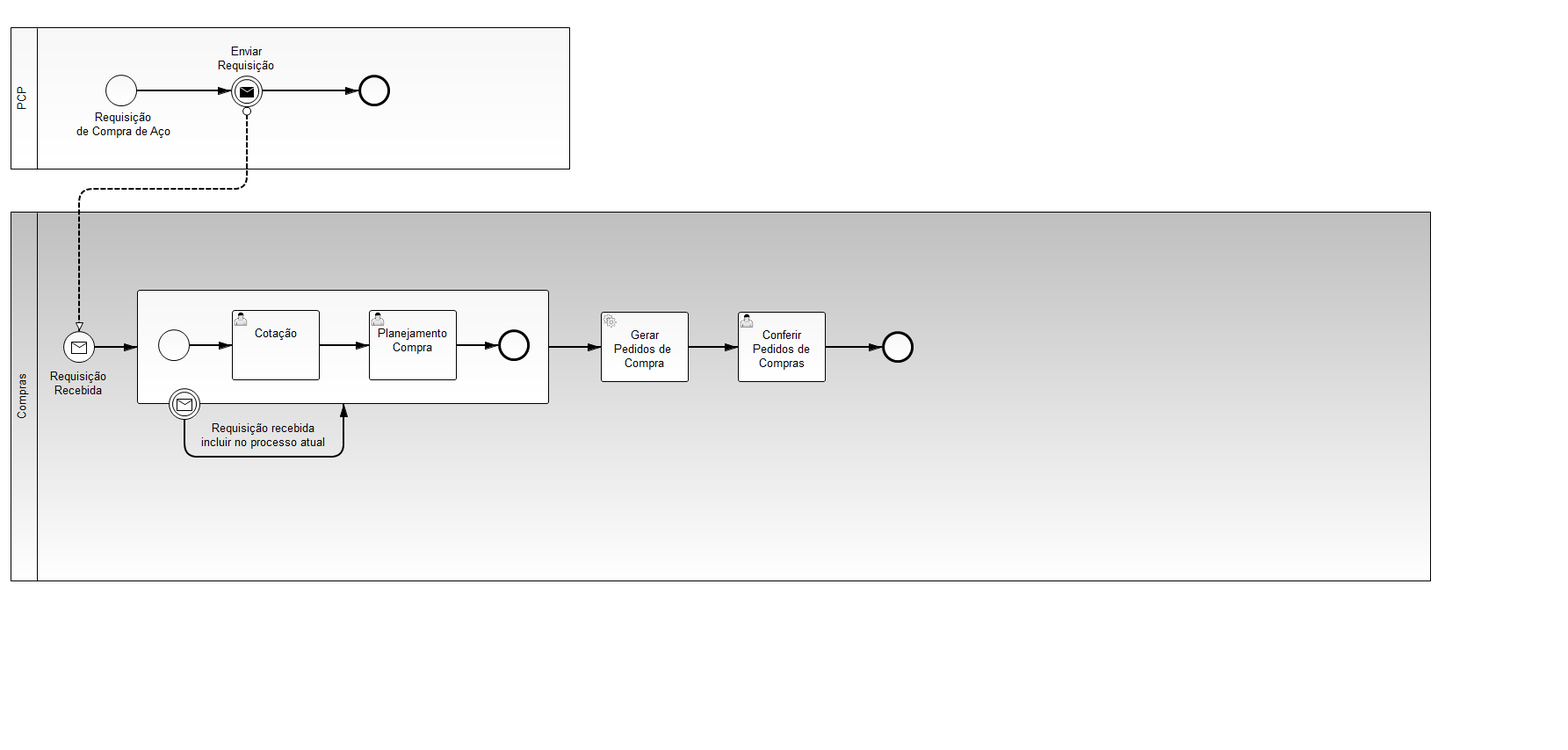
Before: bpm/purchase/request/steel/src/main/resources/process.png, a diagram exported from BPMN (altamira/altamira-data-backward). Its source is kept beside it as bpm/purchase/request/steel/src/main/resources/process.bpmn. Ids are renumbered.
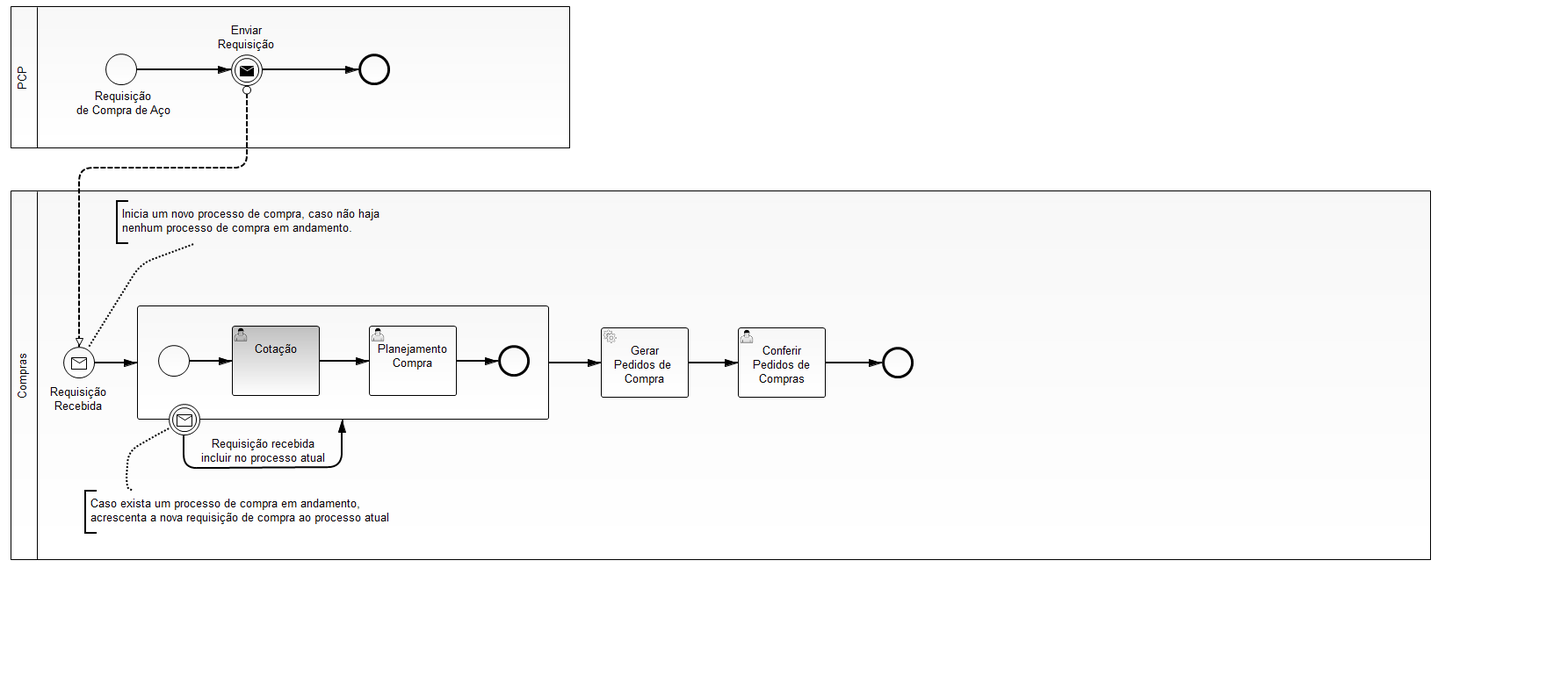
Later version of the same file.

Commit message:
add request entity & service prototypes, minnor changes in process diagram

Diff of the diagram source:
```diff
@@ -23,6 +23,10 @@
     </bpmn2:endEvent>
     <bpmn2:sequenceFlow id="SequenceFlow_16" name="" sourceRef="SendRequestIntermediateThrowEvent" targetRef="RequestMessageEndEvent"/>
     <bpmn2:sequenceFlow id="SequenceFlow_1" name="" sourceRef="RequestStartEvent" targetRef="SendRequestIntermediateThrowEvent"/>
+    <bpmn2:textAnnotation id="TextAnnotation_1">
+      <bpmn2:text>Inicia um novo processo de compra, caso não haja nenhum processo de compra em andamento.</bpmn2:text>
+    </bpmn2:textAnnotation>
+    <bpmn2:association id="Association_7" sourceRef="TextAnnotation_1" targetRef="PurchaseStartEvent"/>
   </bpmn2:process>
   <bpmn2:process id="br.com.altamira.bpm.purchase.request.order" name="Compra de Materia Prima - Aço" isExecutable="true">
     <bpmn2:startEvent id="PurchaseStartEvent" name="Requisição&#xD;&#xA;Recebida&#xD;&#xA;">
@@ -54,6 +58,9 @@
       </bpmn2:startEvent>
       <bpmn2:sequenceFlow id="SequenceFlow_3" name="" sourceRef="StartEvent_1" targetRef="QuotationUserTask"/>
       <bpmn2:userTask id="QuotationUserTask" camunda:assignee="demo" name="Cotação">
+        <bpmn2:extensionElements>
+          <camunda:taskListener delegateExpression="${NotifyUser}" event="assignment"/>
+        </bpmn2:extensionElements>
         <bpmn2:incoming>SequenceFlow_3</bpmn2:incoming>
         <bpmn2:outgoing>SequenceFlow_11</bpmn2:outgoing>
       </bpmn2:userTask>
@@ -79,6 +86,10 @@
     </bpmn2:boundaryEvent>
     <bpmn2:sequenceFlow id="SequenceFlow_7" name="" sourceRef="IncludeRequestBoundaryEvent" targetRef="SubProcess_1"/>
     <bpmn2:sequenceFlow id="SequenceFlow_10" name="" sourceRef="PurchaseStartEvent" targetRef="SubProcess_1"/>
+    <bpmn2:textAnnotation id="TextAnnotation_2">
+      <bpmn2:text>Caso exista um processo de compra em andamento, acrescenta a nova requisição de compra ao processo atual</bpmn2:text>
+    </bpmn2:textAnnotation>
+    <bpmn2:association id="Association_6" sourceRef="TextAnnotation_2" targetRef="IncludeRequestBoundaryEvent"/>
   </bpmn2:process>
   <bpmn2:signal id="Signal_1" name="NewRequestSignal"/>
   <bpmn2:message id="Message_1" name="REQUEST_CREATED_MESSAGE"/>
@@ -104,22 +115,22 @@
         <dc:Bounds height="421.0" width="1617.0" x="12.0" y="217.0"/>
       </bpmndi:BPMNShape>
       <bpmndi:BPMNShape id="_BPMNShape_StartEvent_3" bpmnElement="PurchaseStartEvent">
-        <dc:Bounds height="36.0" width="36.0" x="72.0" y="353.0"/>
+        <dc:Bounds height="36.0" width="36.0" x="72.0" y="395.0"/>
         <bpmndi:BPMNLabel>
-          <dc:Bounds height="38.0" width="70.0" x="55.0" y="394.0"/>
+          <dc:Bounds height="38.0" width="70.0" x="55.0" y="436.0"/>
         </bpmndi:BPMNLabel>
       </bpmndi:BPMNShape>
       <bpmndi:BPMNShape id="_BPMNShape_UserTask_3" bpmnElement="QuotationUserTask">
-        <dc:Bounds height="80.0" width="100.0" x="264.0" y="329.0"/>
+        <dc:Bounds height="80.0" width="100.0" x="264.0" y="371.0"/>
       </bpmndi:BPMNShape>
       <bpmndi:BPMNShape id="_BPMNShape_UserTask_4" bpmnElement="PurchasePlanningUserTask">
-        <dc:Bounds height="80.0" width="100.0" x="420.0" y="329.0"/>
+        <dc:Bounds height="80.0" width="100.0" x="420.0" y="371.0"/>
       </bpmndi:BPMNShape>
       <bpmndi:BPMNEdge id="BPMNEdge_SequenceFlow_11" bpmnElement="SequenceFlow_11" sourceElement="_BPMNShape_UserTask_3" targetElement="_BPMNShape_UserTask_4">
-        <di:waypoint xsi:type="dc:Point" x="364.0" y="369.0"/>
-        <di:waypoint xsi:type="dc:Point" x="420.0" y="369.0"/>
+        <di:waypoint xsi:type="dc:Point" x="364.0" y="411.0"/>
+        <di:waypoint xsi:type="dc:Point" x="420.0" y="411.0"/>
         <bpmndi:BPMNLabel>
-          <dc:Bounds height="6.0" width="6.0" x="386.0" y="369.0"/>
+          <dc:Bounds height="6.0" width="6.0" x="386.0" y="411.0"/>
         </bpmndi:BPMNLabel>
       </bpmndi:BPMNEdge>
       <bpmndi:BPMNShape id="_BPMNShape_EndEvent_13" bpmnElement="RequestMessageEndEvent">
@@ -136,29 +147,29 @@
         </bpmndi:BPMNLabel>
       </bpmndi:BPMNEdge>
       <bpmndi:BPMNShape id="_BPMNShape_ServiceTask_3" bpmnElement="GeneratePurchaseOrdersServiceTask">
-        <dc:Bounds height="80.0" width="100.0" x="684.0" y="331.0"/>
+        <dc:Bounds height="80.0" width="100.0" x="684.0" y="373.0"/>
       </bpmndi:BPMNShape>
       <bpmndi:BPMNShape id="_BPMNShape_UserTask_5" bpmnElement="CheckOutPurchaseOrdersUserTask">
-        <dc:Bounds height="80.0" width="100.0" x="840.0" y="331.0"/>
+        <dc:Bounds height="80.0" width="100.0" x="840.0" y="373.0"/>
       </bpmndi:BPMNShape>
       <bpmndi:BPMNEdge id="BPMNEdge_SequenceFlow_22" bpmnElement="SequenceFlow_22" sourceElement="_BPMNShape_ServiceTask_3" targetElement="_BPMNShape_UserTask_5">
-        <di:waypoint xsi:type="dc:Point" x="784.0" y="371.0"/>
-        <di:waypoint xsi:type="dc:Point" x="840.0" y="371.0"/>
+        <di:waypoint xsi:type="dc:Point" x="784.0" y="413.0"/>
+        <di:waypoint xsi:type="dc:Point" x="840.0" y="413.0"/>
         <bpmndi:BPMNLabel>
-          <dc:Bounds height="6.0" width="6.0" x="806.0" y="371.0"/>
+          <dc:Bounds height="6.0" width="6.0" x="806.0" y="413.0"/>
         </bpmndi:BPMNLabel>
       </bpmndi:BPMNEdge>
       <bpmndi:BPMNShape id="_BPMNShape_EndEvent_14" bpmnElement="EndEvent_5">
-        <dc:Bounds height="36.0" width="36.0" x="1004.0" y="353.0"/>
+        <dc:Bounds height="36.0" width="36.0" x="1004.0" y="395.0"/>
         <bpmndi:BPMNLabel>
-          <dc:Bounds height="0.0" width="0.0" x="1022.0" y="394.0"/>
+          <dc:Bounds height="0.0" width="0.0" x="1022.0" y="436.0"/>
         </bpmndi:BPMNLabel>
       </bpmndi:BPMNShape>
       <bpmndi:BPMNEdge id="BPMNEdge_SequenceFlow_23" bpmnElement="SequenceFlow_23" sourceElement="_BPMNShape_UserTask_5" targetElement="_BPMNShape_EndEvent_14">
-        <di:waypoint xsi:type="dc:Point" x="940.0" y="371.0"/>
-        <di:waypoint xsi:type="dc:Point" x="1004.0" y="371.0"/>
+        <di:waypoint xsi:type="dc:Point" x="940.0" y="413.0"/>
+        <di:waypoint xsi:type="dc:Point" x="1004.0" y="413.0"/>
         <bpmndi:BPMNLabel>
-          <dc:Bounds height="6.0" width="6.0" x="962.0" y="371.0"/>
+          <dc:Bounds height="6.0" width="6.0" x="962.0" y="413.0"/>
         </bpmndi:BPMNLabel>
       </bpmndi:BPMNEdge>
       <bpmndi:BPMNEdge id="BPMNEdge_SequenceFlow_1" bpmnElement="SequenceFlow_1" sourceElement="BPMNShape_StartEvent_1" targetElement="_BPMNShape_IntermediateThrowEvent_3">
@@ -169,72 +180,89 @@
         </bpmndi:BPMNLabel>
       </bpmndi:BPMNEdge>
       <bpmndi:BPMNShape id="_BPMNShape_SubProcess_2" bpmnElement="SubProcess_1" isExpanded="true">
-        <dc:Bounds height="130.0" width="469.0" x="156.0" y="306.0"/>
+        <dc:Bounds height="130.0" width="469.0" x="156.0" y="348.0"/>
       </bpmndi:BPMNShape>
       <bpmndi:BPMNShape id="_BPMNShape_StartEvent_11" bpmnElement="StartEvent_1">
-        <dc:Bounds height="36.0" width="36.0" x="180.0" y="351.0"/>
+        <dc:Bounds height="36.0" width="36.0" x="180.0" y="393.0"/>
         <bpmndi:BPMNLabel>
-          <dc:Bounds height="0.0" width="0.0" x="198.0" y="392.0"/>
+          <dc:Bounds height="0.0" width="0.0" x="198.0" y="434.0"/>
         </bpmndi:BPMNLabel>
       </bpmndi:BPMNShape>
       <bpmndi:BPMNEdge id="BPMNEdge_SequenceFlow_3" bpmnElement="SequenceFlow_3" sourceElement="_BPMNShape_StartEvent_11" targetElement="_BPMNShape_UserTask_3">
-        <di:waypoint xsi:type="dc:Point" x="216.0" y="369.0"/>
-        <di:waypoint xsi:type="dc:Point" x="264.0" y="369.0"/>
+        <di:waypoint xsi:type="dc:Point" x="216.0" y="411.0"/>
+        <di:waypoint xsi:type="dc:Point" x="264.0" y="411.0"/>
         <bpmndi:BPMNLabel>
-          <dc:Bounds height="6.0" width="6.0" x="244.0" y="369.0"/>
+          <dc:Bounds height="6.0" width="6.0" x="244.0" y="411.0"/>
         </bpmndi:BPMNLabel>
       </bpmndi:BPMNEdge>
       <bpmndi:BPMNShape id="_BPMNShape_EndEvent_15" bpmnElement="EndEvent_1">
-        <dc:Bounds height="36.0" width="36.0" x="567.0" y="351.0"/>
+        <dc:Bounds height="36.0" width="36.0" x="567.0" y="393.0"/>
         <bpmndi:BPMNLabel>
-          <dc:Bounds height="0.0" width="0.0" x="585.0" y="392.0"/>
+          <dc:Bounds height="0.0" width="0.0" x="585.0" y="434.0"/>
         </bpmndi:BPMNLabel>
       </bpmndi:BPMNShape>
       <bpmndi:BPMNEdge id="BPMNEdge_SequenceFlow_4" bpmnElement="SequenceFlow_4" sourceElement="_BPMNShape_UserTask_4" targetElement="_BPMNShape_EndEvent_15">
-        <di:waypoint xsi:type="dc:Point" x="520.0" y="369.0"/>
-        <di:waypoint xsi:type="dc:Point" x="567.0" y="369.0"/>
+        <di:waypoint xsi:type="dc:Point" x="520.0" y="411.0"/>
+        <di:waypoint xsi:type="dc:Point" x="567.0" y="411.0"/>
         <bpmndi:BPMNLabel>
-          <dc:Bounds height="6.0" width="6.0" x="535.0" y="369.0"/>
+          <dc:Bounds height="6.0" width="6.0" x="535.0" y="411.0"/>
         </bpmndi:BPMNLabel>
       </bpmndi:BPMNEdge>
       <bpmndi:BPMNEdge id="BPMNEdge_SequenceFlow_6" bpmnElement="SequenceFlow_6" sourceElement="_BPMNShape_SubProcess_2" targetElement="_BPMNShape_ServiceTask_3">
-        <di:waypoint xsi:type="dc:Point" x="624.0" y="371.0"/>
-        <di:waypoint xsi:type="dc:Point" x="684.0" y="371.0"/>
+        <di:waypoint xsi:type="dc:Point" x="624.0" y="413.0"/>
+        <di:waypoint xsi:type="dc:Point" x="684.0" y="413.0"/>
         <bpmndi:BPMNLabel>
-          <dc:Bounds height="6.0" width="6.0" x="675.0" y="371.0"/>
+          <dc:Bounds height="6.0" width="6.0" x="675.0" y="413.0"/>
         </bpmndi:BPMNLabel>
       </bpmndi:BPMNEdge>
       <bpmndi:BPMNShape id="_BPMNShape_BoundaryEvent_11" bpmnElement="IncludeRequestBoundaryEvent">
-        <dc:Bounds height="36.0" width="36.0" x="192.0" y="418.0"/>
+        <dc:Bounds height="36.0" width="36.0" x="192.0" y="460.0"/>
         <bpmndi:BPMNLabel>
-          <dc:Bounds height="38.0" width="147.0" x="227.0" y="453.0"/>
+          <dc:Bounds height="38.0" width="147.0" x="227.0" y="495.0"/>
         </bpmndi:BPMNLabel>
       </bpmndi:BPMNShape>
       <bpmndi:BPMNEdge id="BPMNEdge_SequenceFlow_7" bpmnElement="SequenceFlow_7" sourceElement="_BPMNShape_BoundaryEvent_11" targetElement="_BPMNShape_SubProcess_2">
-        <di:waypoint xsi:type="dc:Point" x="210.0" y="454.0"/>
         <di:waypoint xsi:type="dc:Point" x="210.0" y="496.0"/>
-        <di:waypoint xsi:type="dc:Point" x="391.0" y="496.0"/>
-        <di:waypoint xsi:type="dc:Point" x="391.0" y="436.0"/>
+        <di:waypoint xsi:type="dc:Point" x="209.0" y="533.0"/>
+        <di:waypoint xsi:type="dc:Point" x="388.0" y="532.0"/>
+        <di:waypoint xsi:type="dc:Point" x="389.0" y="478.0"/>
         <bpmndi:BPMNLabel>
-          <dc:Bounds height="6.0" width="6.0" x="207.0" y="463.0"/>
+          <dc:Bounds height="6.0" width="6.0" x="216.0" y="475.0"/>
         </bpmndi:BPMNLabel>
       </bpmndi:BPMNEdge>
       <bpmndi:BPMNEdge id="BPMNEdge_SequenceFlow_10" bpmnElement="SequenceFlow_10" sourceElement="_BPMNShape_StartEvent_3" targetElement="_BPMNShape_SubProcess_2">
-        <di:waypoint xsi:type="dc:Point" x="108.0" y="371.0"/>
-        <di:waypoint xsi:type="dc:Point" x="156.0" y="371.0"/>
+        <di:waypoint xsi:type="dc:Point" x="108.0" y="413.0"/>
+        <di:waypoint xsi:type="dc:Point" x="156.0" y="413.0"/>
         <bpmndi:BPMNLabel>
-          <dc:Bounds height="6.0" width="6.0" x="135.0" y="371.0"/>
+          <dc:Bounds height="6.0" width="6.0" x="135.0" y="413.0"/>
         </bpmndi:BPMNLabel>
       </bpmndi:BPMNEdge>
       <bpmndi:BPMNEdge id="BPMNEdge_MessageFlow_1" bpmnElement="MessageFlow_1" sourceElement="_BPMNShape_IntermediateThrowEvent_3" targetElement="_BPMNShape_StartEvent_3">
         <di:waypoint xsi:type="dc:Point" x="281.0" y="98.0"/>
         <di:waypoint xsi:type="dc:Point" x="281.0" y="191.0"/>
         <di:waypoint xsi:type="dc:Point" x="90.0" y="191.0"/>
-        <di:waypoint xsi:type="dc:Point" x="90.0" y="353.0"/>
+        <di:waypoint xsi:type="dc:Point" x="90.0" y="395.0"/>
         <bpmndi:BPMNLabel>
           <dc:Bounds height="6.0" width="6.0" x="129.0" y="191.0"/>
         </bpmndi:BPMNLabel>
       </bpmndi:BPMNEdge>
+      <bpmndi:BPMNShape id="_BPMNShape_TextAnnotation_2" bpmnElement="TextAnnotation_1">
+        <dc:Bounds height="50.0" width="313.0" x="132.0" y="228.0"/>
+      </bpmndi:BPMNShape>
+      <bpmndi:BPMNShape id="_BPMNShape_TextAnnotation_3" bpmnElement="TextAnnotation_2">
+        <dc:Bounds height="50.0" width="361.0" x="96.0" y="558.0"/>
+      </bpmndi:BPMNShape>
+      <bpmndi:BPMNEdge id="BPMNEdge_Association_6" bpmnElement="Association_6" sourceElement="_BPMNShape_TextAnnotation_3" targetElement="_BPMNShape_BoundaryEvent_11">
+        <di:waypoint xsi:type="dc:Point" x="154.0" y="558.0"/>
+        <di:waypoint xsi:type="dc:Point" x="144.0" y="556.0"/>
+        <di:waypoint xsi:type="dc:Point" x="145.0" y="514.0"/>
+        <di:waypoint xsi:type="dc:Point" x="192.0" y="488.0"/>
+      </bpmndi:BPMNEdge>
+      <bpmndi:BPMNEdge id="BPMNEdge_Association_7" bpmnElement="Association_7" sourceElement="_BPMNShape_TextAnnotation_2" targetElement="_BPMNShape_StartEvent_3">
+        <di:waypoint xsi:type="dc:Point" x="220.0" y="278.0"/>
+        <di:waypoint xsi:type="dc:Point" x="160.0" y="300.0"/>
+        <di:waypoint xsi:type="dc:Point" x="101.0" y="395.0"/>
+      </bpmndi:BPMNEdge>
     </bpmndi:BPMNPlane>
   </bpmndi:BPMNDiagram>
 </bpmn2:definitions>
```
